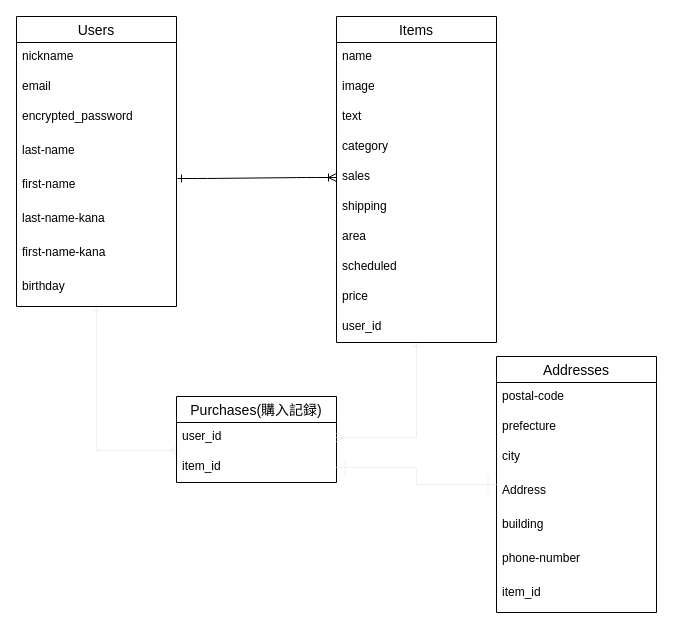
The draw.io diagram furima.dio in takuuu29/furima-33061, before the edit. Source tidied: cells renumbered, new cells numbered last; positions are measured from the earlier drawing's top-left corner, leaving out a move shared by most shapes. Both pictures are drawn from the tidied source at 100%, with x=0, y=0 at pixel (16, 16).
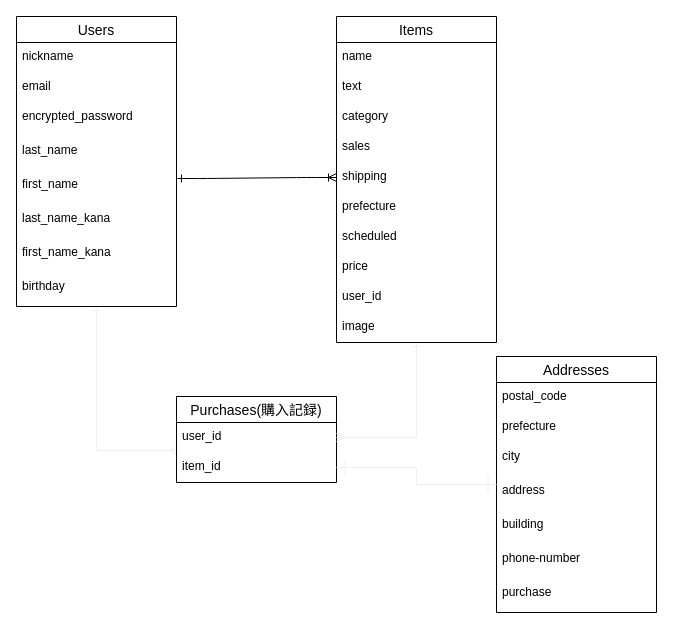
The same diagram, later.

Commit message (it also covers changes not shown here):
データベース設計 修正 5

The change refers to these unchanged cells:
```xml
<mxCell id="3" value="Users" style="swimlane;fontStyle=0;horizontal=1;startSize=26;align=center;fontSize=14;" parent="1" vertex="1">
  <mxGeometry width="160" height="290" as="geometry" />
</mxCell>
<mxCell id="16" value="Items" style="swimlane;fontStyle=0;horizontal=1;startSize=26;align=center;fontSize=14;" parent="1" vertex="1">
  <mxGeometry x="320" width="160" height="326" as="geometry" />
</mxCell>
<mxCell id="27" value="Addresses" style="swimlane;fontStyle=0;horizontal=1;startSize=26;align=center;fontSize=14;" parent="1" vertex="1">
  <mxGeometry x="480" y="340" width="160" height="256" as="geometry" />
</mxCell>
```

The edit, as a diff of the source:
```diff
@@
-    <mxCell id="7" value="last-name" style="text;strokeColor=none;fillColor=none;spacingLeft=4;spacingRight=4;overflow=hidden;fontSize=12;" parent="3" vertex="1">
+    <mxCell id="7" value="last_name" style="text;strokeColor=none;fillColor=none;spacingLeft=4;spacingRight=4;overflow=hidden;fontSize=12;" parent="3" vertex="1">
       <mxGeometry y="120" width="160" height="34" as="geometry" />
     </mxCell>
-    <mxCell id="8" value="first-name" style="text;strokeColor=none;fillColor=none;spacingLeft=4;spacingRight=4;overflow=hidden;points=[[0,0.5],[1,0.5]];portConstraint=eastwest;fontSize=12;" parent="3" vertex="1">
+    <mxCell id="8" value="first_name" style="text;strokeColor=none;fillColor=none;spacingLeft=4;spacingRight=4;overflow=hidden;points=[[0,0.5],[1,0.5]];portConstraint=eastwest;fontSize=12;" parent="3" vertex="1">
       <mxGeometry y="154" width="160" height="34" as="geometry" />
     </mxCell>
-    <mxCell id="9" value="last-name-kana" style="text;strokeColor=none;fillColor=none;spacingLeft=4;spacingRight=4;overflow=hidden;fontSize=12;" parent="3" vertex="1">
+    <mxCell id="9" value="last_name_kana" style="text;strokeColor=none;fillColor=none;spacingLeft=4;spacingRight=4;overflow=hidden;fontSize=12;" parent="3" vertex="1">
       <mxGeometry y="188" width="160" height="34" as="geometry" />
     </mxCell>
-    <mxCell id="10" value="first-name-kana" style="text;strokeColor=none;fillColor=none;spacingLeft=4;spacingRight=4;overflow=hidden;fontSize=12;" parent="3" vertex="1">
+    <mxCell id="10" value="first_name_kana" style="text;strokeColor=none;fillColor=none;spacingLeft=4;spacingRight=4;overflow=hidden;fontSize=12;" parent="3" vertex="1">
       <mxGeometry y="222" width="160" height="34" as="geometry" />
     </mxCell>
@@
-    <mxCell id="18" value="image" style="text;strokeColor=none;fillColor=none;spacingLeft=4;spacingRight=4;overflow=hidden;fontSize=12;" parent="16" vertex="1">
-      <mxGeometry y="56" width="160" height="30" as="geometry" />
-    </mxCell>
     <mxCell id="19" value="text&#10;" style="text;strokeColor=none;fillColor=none;spacingLeft=4;spacingRight=4;overflow=hidden;fontSize=12;" parent="16" vertex="1">
-      <mxGeometry y="86" width="160" height="30" as="geometry" />
+      <mxGeometry y="56" width="160" height="30" as="geometry" />
     </mxCell>
     <mxCell id="20" value="category" style="text;strokeColor=none;fillColor=none;spacingLeft=4;spacingRight=4;overflow=hidden;fontSize=12;" parent="16" vertex="1">
-      <mxGeometry y="116" width="160" height="30" as="geometry" />
+      <mxGeometry y="86" width="160" height="30" as="geometry" />
     </mxCell>
     <mxCell id="21" value="sales" style="text;strokeColor=none;fillColor=none;spacingLeft=4;spacingRight=4;overflow=hidden;points=[[0,0.5],[1,0.5]];portConstraint=eastwest;fontSize=12;" parent="16" vertex="1">
-      <mxGeometry y="146" width="160" height="30" as="geometry" />
+      <mxGeometry y="116" width="160" height="30" as="geometry" />
     </mxCell>
     <mxCell id="22" value="shipping" style="text;strokeColor=none;fillColor=none;spacingLeft=4;spacingRight=4;overflow=hidden;points=[[0,0.5],[1,0.5]];portConstraint=eastwest;fontSize=12;" parent="16" vertex="1">
-      <mxGeometry y="176" width="160" height="30" as="geometry" />
+      <mxGeometry y="146" width="160" height="30" as="geometry" />
     </mxCell>
-    <mxCell id="23" value="area" style="text;strokeColor=none;fillColor=none;spacingLeft=4;spacingRight=4;overflow=hidden;fontSize=12;" parent="16" vertex="1">
-      <mxGeometry y="206" width="160" height="30" as="geometry" />
+    <mxCell id="23" value="prefecture" style="text;strokeColor=none;fillColor=none;spacingLeft=4;spacingRight=4;overflow=hidden;fontSize=12;" parent="16" vertex="1">
+      <mxGeometry y="176" width="160" height="30" as="geometry" />
     </mxCell>
     <mxCell id="24" value="scheduled" style="text;strokeColor=none;fillColor=none;spacingLeft=4;spacingRight=4;overflow=hidden;fontSize=12;" parent="16" vertex="1">
-      <mxGeometry y="236" width="160" height="30" as="geometry" />
+      <mxGeometry y="206" width="160" height="30" as="geometry" />
     </mxCell>
     <mxCell id="25" value="price&#10;" style="text;strokeColor=none;fillColor=none;spacingLeft=4;spacingRight=4;overflow=hidden;fontSize=12;" parent="16" vertex="1">
-      <mxGeometry y="266" width="160" height="30" as="geometry" />
+      <mxGeometry y="236" width="160" height="30" as="geometry" />
     </mxCell>
     <mxCell id="26" value="user_id" style="text;strokeColor=none;fillColor=none;spacingLeft=4;spacingRight=4;overflow=hidden;fontSize=12;" parent="16" vertex="1">
-      <mxGeometry y="296" width="160" height="30" as="geometry" />
+      <mxGeometry y="266" width="160" height="30" as="geometry" />
     </mxCell>
+    <mxCell id="18" value="image" style="text;strokeColor=none;fillColor=none;spacingLeft=4;spacingRight=4;overflow=hidden;fontSize=12;" parent="16" vertex="1">
+      <mxGeometry y="296" width="160" height="30" as="geometry" />
+    </mxCell>
@@
-    <mxCell id="28" value="postal-code" style="text;strokeColor=none;fillColor=none;spacingLeft=4;spacingRight=4;overflow=hidden;fontSize=12;" parent="27" vertex="1">
+    <mxCell id="28" value="postal_code" style="text;strokeColor=none;fillColor=none;spacingLeft=4;spacingRight=4;overflow=hidden;fontSize=12;" parent="27" vertex="1">
       <mxGeometry y="26" width="160" height="30" as="geometry" />
     </mxCell>
@@
-    <mxCell id="31" value="Address" style="text;strokeColor=none;fillColor=none;spacingLeft=4;spacingRight=4;overflow=hidden;fontSize=12;" parent="27" vertex="1">
+    <mxCell id="31" value="address" style="text;strokeColor=none;fillColor=none;spacingLeft=4;spacingRight=4;overflow=hidden;fontSize=12;" parent="27" vertex="1">
       <mxGeometry y="120" width="160" height="34" as="geometry" />
     </mxCell>
@@
-    <mxCell id="34" value="item_id" style="text;strokeColor=none;fillColor=none;spacingLeft=4;spacingRight=4;overflow=hidden;fontSize=12;" parent="27" vertex="1">
+    <mxCell id="34" value="purchase" style="text;strokeColor=none;fillColor=none;spacingLeft=4;spacingRight=4;overflow=hidden;fontSize=12;" parent="27" vertex="1">
       <mxGeometry y="222" width="160" height="34" as="geometry" />
     </mxCell>
-    <mxCell id="35" style="edgeStyle=entityRelationEdgeStyle;fontSize=12;html=1;endArrow=ERoneToMany;entryX=0;entryY=0.5;entryDx=0;entryDy=0;startArrow=ERone;startFill=0;jumpSize=9;exitX=1.006;exitY=0.235;exitDx=0;exitDy=0;exitPerimeter=0;" parent="1" edge="1" source="8" target="21">
+    <mxCell id="35" style="edgeStyle=entityRelationEdgeStyle;fontSize=12;html=1;endArrow=ERoneToMany;entryX=0;entryY=0.5;entryDx=0;entryDy=0;startArrow=ERone;startFill=0;jumpSize=9;exitX=1.006;exitY=0.235;exitDx=0;exitDy=0;exitPerimeter=0;" parent="1" edge="1" source="8" target="22">
       <mxGeometry relative="1" as="geometry" />
     </mxCell>
```
